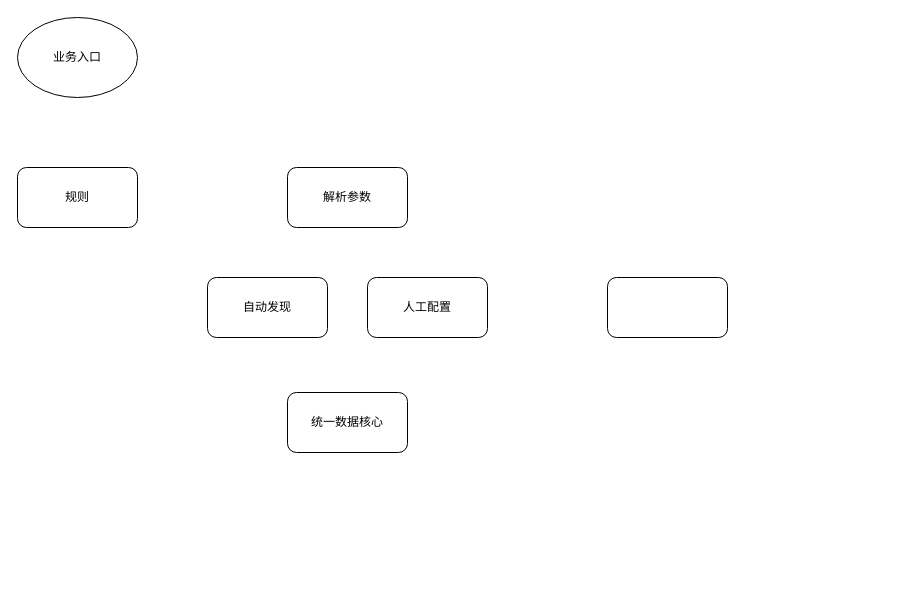
frankneu/draw.io keeps this draw.io diagram as 变更影响面内部框架.drawio. Above is the earlier version. Source tidied: cells renumbered, new cells numbered last; positions are measured from the earlier drawing's top-left corner, leaving out a move shared by most shapes. Both pictures are drawn from the tidied source at 100%, with x=0, y=0 at pixel (17, 17).
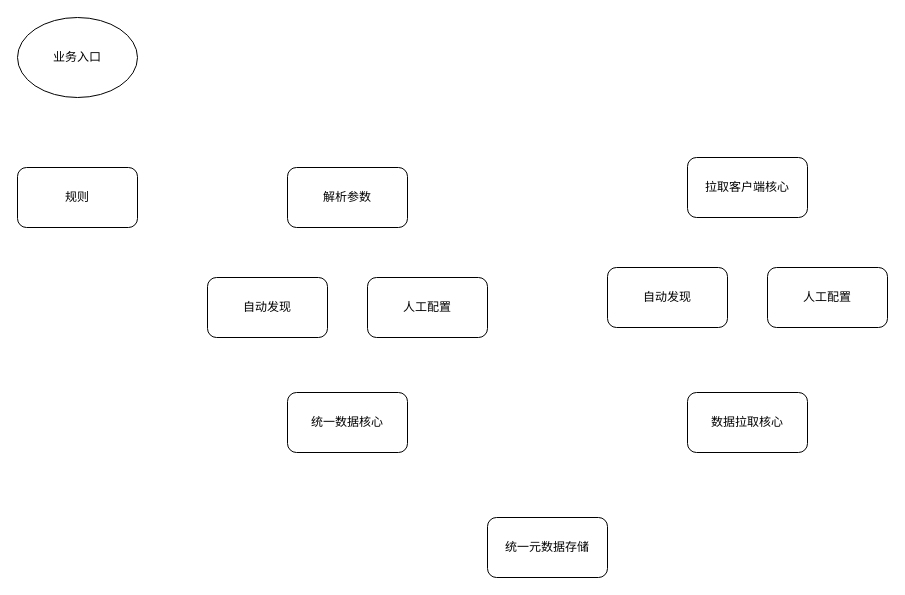
After the change.

Commit message:
Update 变更影响面内部框架.drawio

Change to the diagram source:
```diff
@@
 <mxGraphModel>
   <root>
     <mxCell id="0" />
     <mxCell id="1" parent="0" />
     <mxCell id="2" value="业务入口" style="ellipse;whiteSpace=wrap;html=1;" parent="1" vertex="1">
       <mxGeometry width="120" height="80" as="geometry" />
     </mxCell>
     <mxCell id="3" value="规则" style="rounded=1;whiteSpace=wrap;html=1;" parent="1" vertex="1">
       <mxGeometry y="150" width="120" height="60" as="geometry" />
     </mxCell>
     <mxCell id="4" value="解析参数" style="rounded=1;whiteSpace=wrap;html=1;" parent="1" vertex="1">
       <mxGeometry x="270" y="150" width="120" height="60" as="geometry" />
     </mxCell>
     <mxCell id="5" value="自动发现" style="rounded=1;whiteSpace=wrap;html=1;" parent="1" vertex="1">
       <mxGeometry x="190" y="260" width="120" height="60" as="geometry" />
     </mxCell>
     <mxCell id="6" value="人工配置" style="rounded=1;whiteSpace=wrap;html=1;" parent="1" vertex="1">
       <mxGeometry x="350" y="260" width="120" height="60" as="geometry" />
     </mxCell>
     <mxCell id="7" value="统一数据核心" style="rounded=1;whiteSpace=wrap;html=1;" parent="1" vertex="1">
       <mxGeometry x="270" y="375" width="120" height="60" as="geometry" />
     </mxCell>
-    <mxCell id="8" style="rounded=1;whiteSpace=wrap;html=1;" parent="1" vertex="1">
-      <mxGeometry x="590" y="260" width="120" height="60" as="geometry" />
+    <mxCell id="8" value="数据拉取核心" style="rounded=1;whiteSpace=wrap;html=1;" parent="1" vertex="1">
+      <mxGeometry x="670" y="375" width="120" height="60" as="geometry" />
     </mxCell>
+    <mxCell id="9" value="拉取客户端核心" style="rounded=1;whiteSpace=wrap;html=1;" parent="1" vertex="1">
+      <mxGeometry x="670" y="140" width="120" height="60" as="geometry" />
+    </mxCell>
+    <mxCell id="10" value="自动发现" style="rounded=1;whiteSpace=wrap;html=1;" parent="1" vertex="1">
+      <mxGeometry x="590" y="250" width="120" height="60" as="geometry" />
+    </mxCell>
+    <mxCell id="11" value="人工配置" style="rounded=1;whiteSpace=wrap;html=1;" parent="1" vertex="1">
+      <mxGeometry x="750" y="250" width="120" height="60" as="geometry" />
+    </mxCell>
+    <mxCell id="12" value="统一元数据存储" style="rounded=1;whiteSpace=wrap;html=1;" parent="1" vertex="1">
+      <mxGeometry x="470" y="500" width="120" height="60" as="geometry" />
+    </mxCell>
   </root>
 </mxGraphModel>
```
